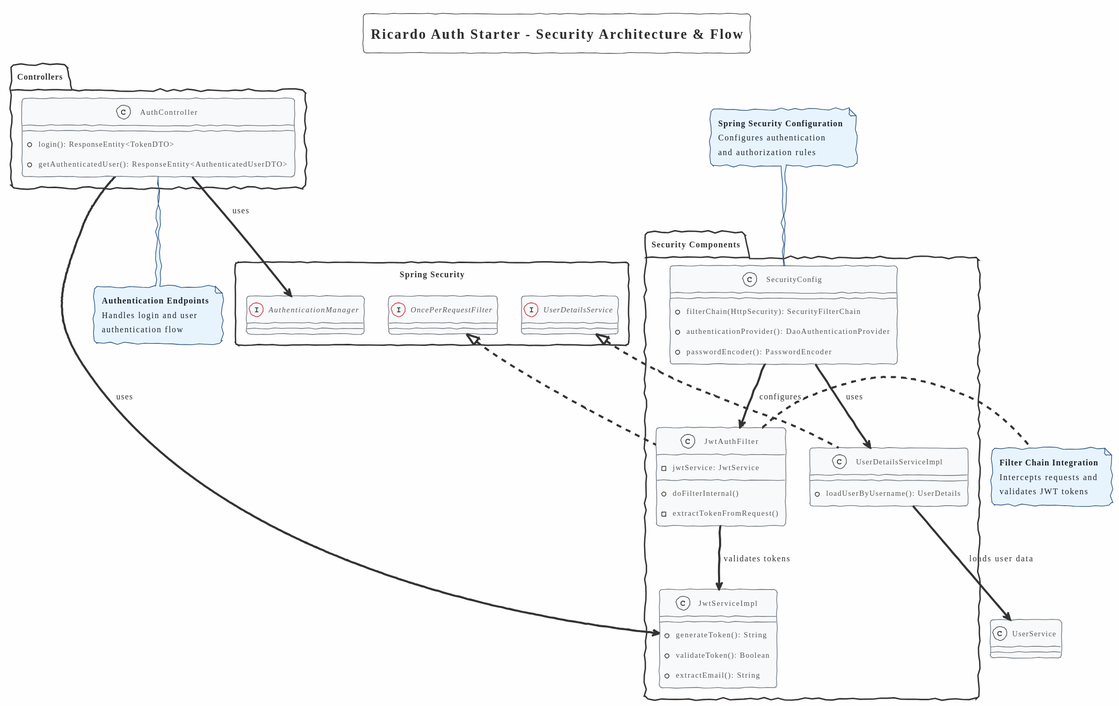
RicardoMorim/Auth-Provider keeps this PlantUML diagram as docs/class-diagram/partial/security/security.svg. Above is the earlier version. Its diagram source:
```plantuml
@startuml
!theme sketchy-outline
skinparam backgroundColor #FEFEFE
skinparam classBackgroundColor #F8F9FA
skinparam classBorderColor #6C757D
skinparam noteBackgroundColor #E8F4FD
skinparam noteBorderColor #2C5282
skinparam noteFontColor #1A202C

title Ricardo Auth Starter - Security Architecture & Flow

package "Security Components" {
    class JwtAuthFilter {
        -jwtService: JwtService
        +doFilterInternal()
        -extractTokenFromRequest()
    }

    class SecurityConfig {
        +filterChain(HttpSecurity): SecurityFilterChain
        +authenticationProvider(): DaoAuthenticationProvider
        +passwordEncoder(): PasswordEncoder
    }

    class JwtServiceImpl {
        +generateToken(): String
        +validateToken(): Boolean
        +extractEmail(): String
    }

    class UserDetailsServiceImpl {
        +loadUserByUsername(): UserDetails
    }
}

package "Controllers" {
    class AuthController {
        +login(): ResponseEntity<TokenDTO>
        +getAuthenticatedUser(): ResponseEntity<AuthenticatedUserDTO>
    }
}

package "Spring Security" <<Rectangle>> {
    interface OncePerRequestFilter
    interface UserDetailsService
    interface AuthenticationManager
}

JwtAuthFilter .up.|> OncePerRequestFilter
UserDetailsServiceImpl .up.|> UserDetailsService
SecurityConfig --> JwtAuthFilter : configures
SecurityConfig --> UserDetailsServiceImpl : uses
AuthController --> JwtServiceImpl : uses
AuthController --> AuthenticationManager : uses
JwtAuthFilter --> JwtServiceImpl : validates tokens
UserDetailsServiceImpl --> UserService : loads user data

note right of JwtAuthFilter #E8F4FD
  **Filter Chain Integration**
  Intercepts requests and
  validates JWT tokens
end note

note top of SecurityConfig #E8F4FD
  **Spring Security Configuration**
  Configures authentication
  and authorization rules
end note

note bottom of AuthController #E8F4FD
  **Authentication Endpoints**
  Handles login and user
  authentication flow
end note
@enduml
```
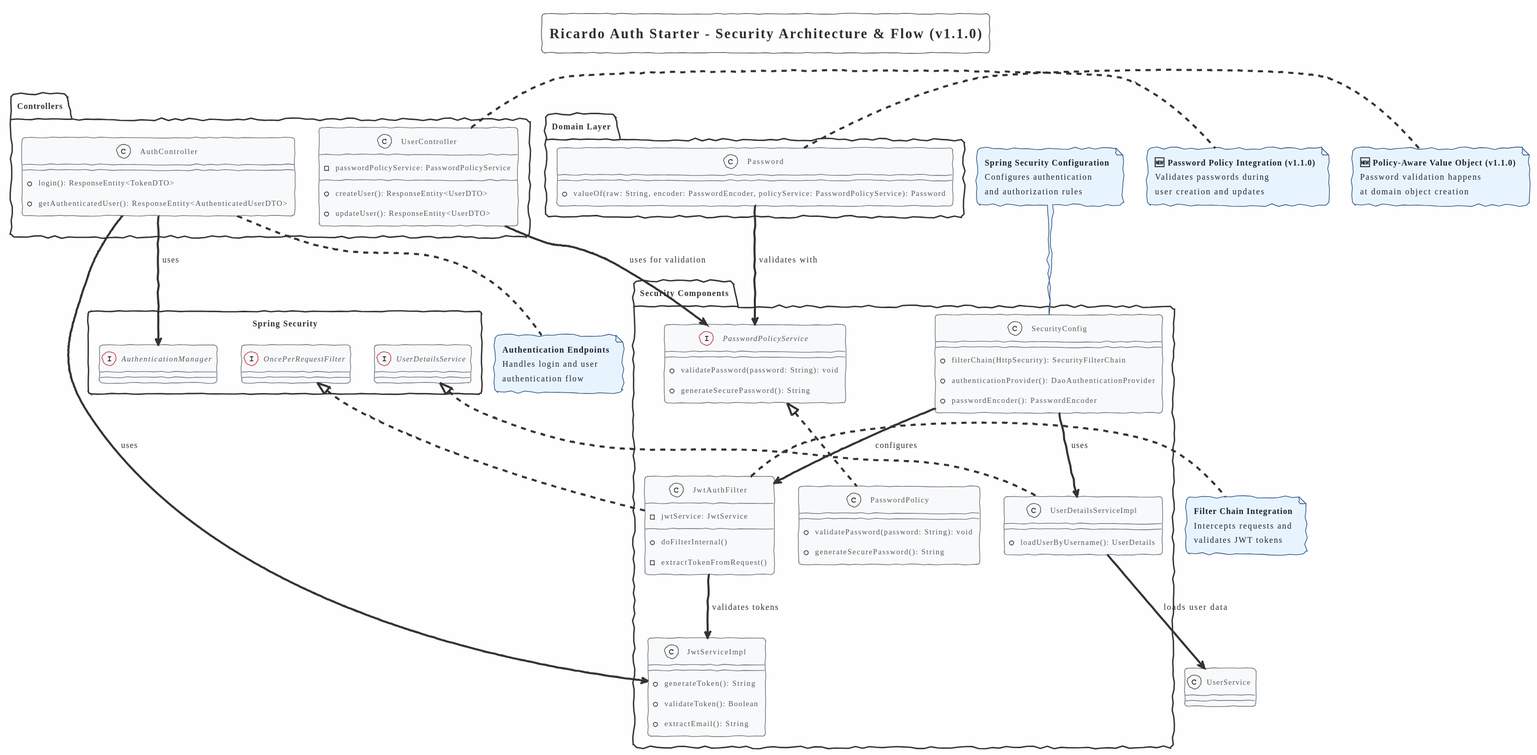
The same file after the commit.

Commit message:
Enhance service architecture diagram for Ricardo Auth Starter

What changed in the source:
```diff
@@ -7,7 +7,7 @@
 skinparam noteBorderColor #2C5282
 skinparam noteFontColor #1A202C
 
-title Ricardo Auth Starter - Security Architecture & Flow
+title Ricardo Auth Starter - Security Architecture & Flow (v1.1.0)
 
 package "Security Components" {
     class JwtAuthFilter {
@@ -31,12 +31,34 @@
     class UserDetailsServiceImpl {
         +loadUserByUsername(): UserDetails
     }
+
+    interface PasswordPolicyService {
+        +validatePassword(password: String): void
+        +generateSecurePassword(): String
+    }
+
+    class PasswordPolicy {
+        +validatePassword(password: String): void
+        +generateSecurePassword(): String
+    }
 }
 
 package "Controllers" {
     class AuthController {
         +login(): ResponseEntity<TokenDTO>
         +getAuthenticatedUser(): ResponseEntity<AuthenticatedUserDTO>
+    }
+
+    class UserController {
+        -passwordPolicyService: PasswordPolicyService
+        +createUser(): ResponseEntity<UserDTO>
+        +updateUser(): ResponseEntity<UserDTO>
+    }
+}
+
+package "Domain Layer" {
+    class Password {
+        +valueOf(raw: String, encoder: PasswordEncoder, policyService: PasswordPolicyService): Password
     }
 }
 
@@ -48,12 +70,16 @@
 
 JwtAuthFilter .up.|> OncePerRequestFilter
 UserDetailsServiceImpl .up.|> UserDetailsService
+PasswordPolicy .up.|> PasswordPolicyService
 SecurityConfig --> JwtAuthFilter : configures
 SecurityConfig --> UserDetailsServiceImpl : uses
 AuthController --> JwtServiceImpl : uses
 AuthController --> AuthenticationManager : uses
 JwtAuthFilter --> JwtServiceImpl : validates tokens
 UserDetailsServiceImpl --> UserService : loads user data
+
+UserController --> PasswordPolicyService : uses for validation
+Password --> PasswordPolicyService : validates with
 
 note right of JwtAuthFilter #E8F4FD
   **Filter Chain Integration**
@@ -72,4 +98,16 @@
   Handles login and user
   authentication flow
 end note
+
+note right of UserController #E8F4FD
+  **🆕 Password Policy Integration (v1.1.0)**
+  Validates passwords during
+  user creation and updates
+end note
+
+note left of Password #E8F4FD
+  **🆕 Policy-Aware Value Object (v1.1.0)**
+  Password validation happens
+  at domain object creation
+end note
 @enduml
```
